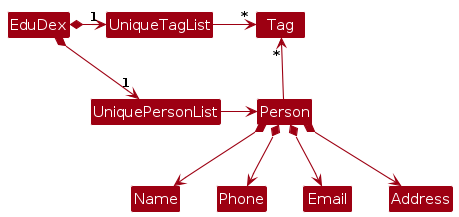
Earlier version of the PlantUML export diagrams/BetterModelClassDiagram.png (Juggernaut102/tp). Its source is kept beside it as diagrams/BetterModelClassDiagram.puml. Its diagram source:
```plantuml
@startuml
!include style.puml
skinparam arrowThickness 1.1
skinparam arrowColor MODEL_COLOR
skinparam classBackgroundColor MODEL_COLOR

EduDex *-right-> "1" UniquePersonList
EduDex *-right-> "1" UniqueTagList
UniqueTagList -[hidden]down- UniquePersonList
UniqueTagList -[hidden]down- UniquePersonList

UniqueTagList -right-> "*" Tag
UniquePersonList -right-> Person

Person -up-> "*" Tag

Person *--> Name
Person *--> Phone
Person *--> Email
Person *--> Address
@enduml
```
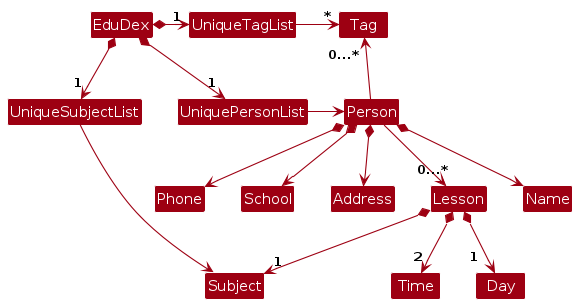
The same diagram one commit later.

The edit, as a diff of the source:
```diff
@@ -6,16 +6,24 @@
 
 EduDex *-right-> "1" UniquePersonList
 EduDex *-right-> "1" UniqueTagList
+EduDex *-down-> "1" UniqueSubjectList
 UniqueTagList -[hidden]down- UniquePersonList
 UniqueTagList -[hidden]down- UniquePersonList
 
 UniqueTagList -right-> "*" Tag
 UniquePersonList -right-> Person
 
-Person -up-> "*" Tag
+Person -up-> "0...*" Tag
 
 Person *--> Name
 Person *--> Phone
-Person *--> Email
+Person *--> School
 Person *--> Address
+Person --> "    0...*" Lesson
+
+Lesson *--> "1" Subject
+Lesson *--> "1  " Day
+Lesson *--> "2" Time
+
+UniqueSubjectList -right-> Subject
 @enduml
```
